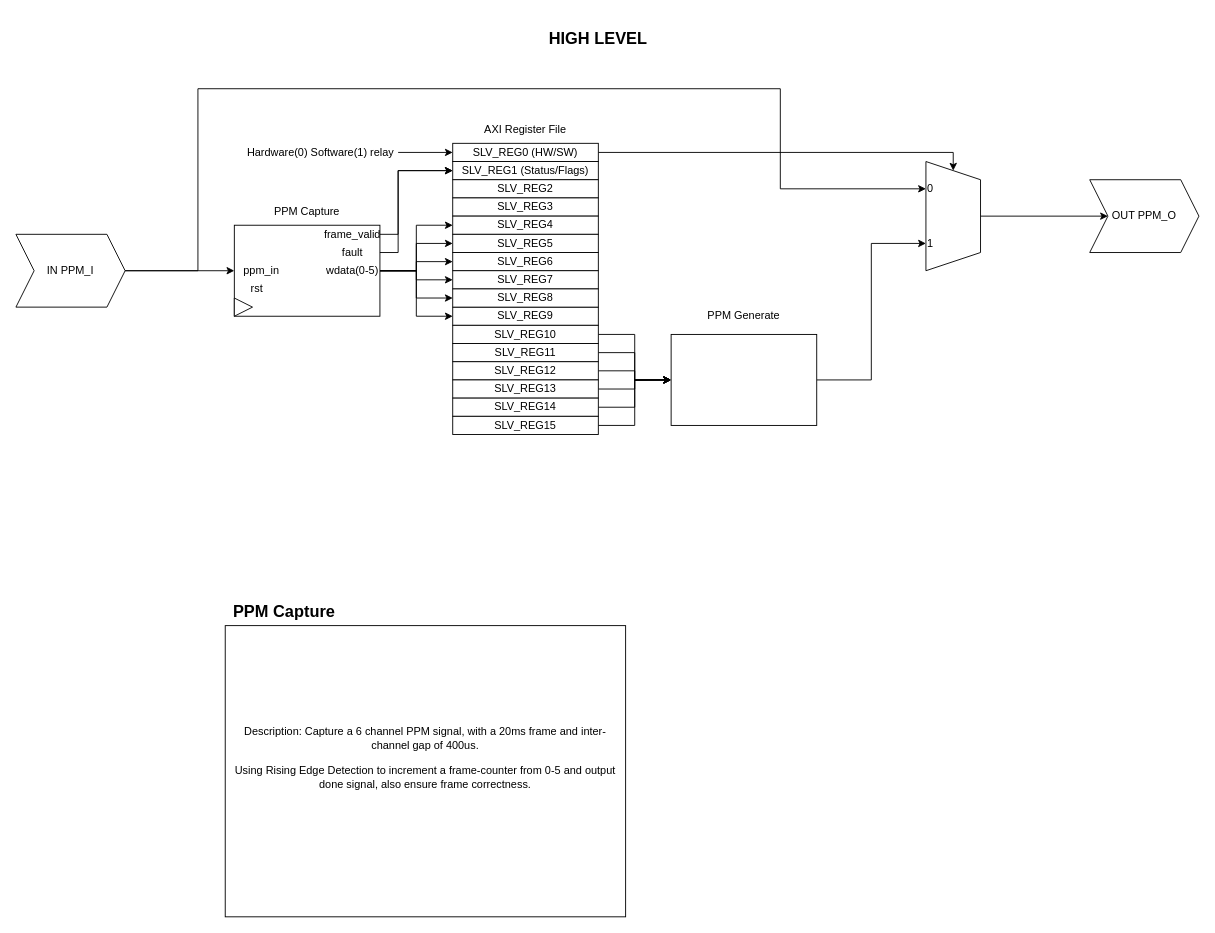
This is Labs/MP-1/MP1_Schematic.drawio from Podfighter/CPRE_4880, a draw.io file, before an edit. Source tidied: cells renumbered, new cells numbered last; positions are measured from the earlier drawing's top-left corner, leaving out a move shared by most shapes. Both pictures are drawn from the tidied source at 91%, with x=0, y=0 at pixel (15, 25).
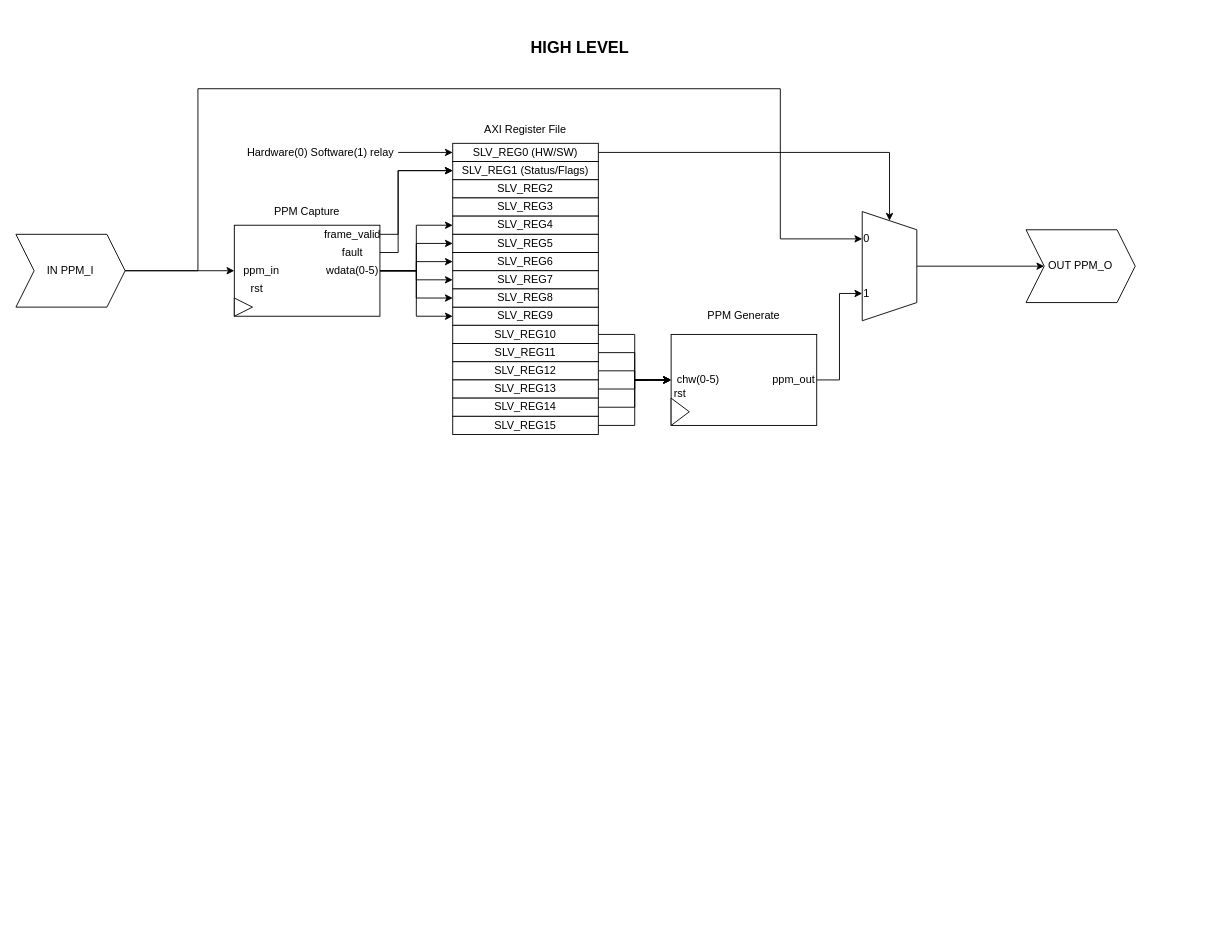
The same page after the edit.

Unchanged cells that the change refers to:
```xml
<mxCell id="16" value="SLV_REG0 (HW/SW)" style="rounded=0;whiteSpace=wrap;html=1;" parent="1" vertex="1">
  <mxGeometry x="480" y="130" width="160" height="20" as="geometry" />
</mxCell>
<mxCell id="42" value="IN PPM_I" style="shape=step;perimeter=stepPerimeter;whiteSpace=wrap;html=1;fixedSize=1;" parent="1" vertex="1">
  <mxGeometry y="230" width="120" height="80" as="geometry" />
</mxCell>
```

What changed in the source:
```diff
@@
     <mxCell id="15" style="edgeStyle=orthogonalEdgeStyle;rounded=0;jettySize=auto;html=1;entryX=0;entryY=0.5;entryDx=0;entryDy=0;" parent="1" edge="1" source="16" target="39">
       <mxGeometry relative="1" as="geometry">
         <Array as="points">
-          <mxPoint x="1030" y="140" />
+          <mxPoint x="960" y="140" />
         </Array>
       </mxGeometry>
     </mxCell>
@@
     <mxCell id="39" style="shape=trapezoid;perimeter=trapezoidPerimeter;whiteSpace=wrap;html=1;fixedSize=1;rotation=90;" parent="1" vertex="1">
-      <mxGeometry x="970" y="180" width="120" height="60" as="geometry" />
+      <mxGeometry x="900" y="235" width="120" height="60" as="geometry" />
     </mxCell>
@@
     <mxCell id="41" style="edgeStyle=orthogonalEdgeStyle;rounded=0;jettySize=auto;html=1;entryX=0.25;entryY=1;entryDx=0;entryDy=0;" parent="1" edge="1" source="42" target="39">
       <mxGeometry relative="1" as="geometry">
         <Array as="points">
           <mxPoint x="200" y="270" />
           <mxPoint x="200" y="70" />
           <mxPoint x="840" y="70" />
-          <mxPoint x="840" y="180" />
+          <mxPoint x="840" y="235" />
         </Array>
       </mxGeometry>
     </mxCell>
@@
     <mxCell id="43" value="OUT PPM_O" style="shape=step;perimeter=stepPerimeter;whiteSpace=wrap;html=1;fixedSize=1;" parent="1" vertex="1">
-      <mxGeometry x="1180" y="170" width="120" height="80" as="geometry" />
+      <mxGeometry x="1110" y="225" width="120" height="80" as="geometry" />
     </mxCell>
     <mxCell id="44" value="&lt;h2&gt;HIGH LEVEL&lt;/h2&gt;" style="text;html=1;whiteSpace=wrap;strokeColor=none;fillColor=none;align=center;verticalAlign=middle;rounded=0;" parent="1" vertex="1">
-      <mxGeometry x="540" width="200" height="30" as="geometry" />
+      <mxGeometry x="520" y="10" width="200" height="30" as="geometry" />
     </mxCell>
-    <mxCell id="45" value="&lt;div&gt;Description: Capture a 6 channel PPM signal, with a 20ms frame and inter-channel gap of 400us.&lt;/div&gt;&lt;div&gt;&lt;br&gt;&lt;/div&gt;&lt;div&gt;Using Rising Edge Detection to increment a frame-counter from 0-5 and output done signal, also ensure frame correctness.&lt;/div&gt;&lt;div&gt;&lt;br&gt;&lt;/div&gt;&lt;div&gt;&lt;br&gt;&lt;/div&gt;" style="whiteSpace=wrap;html=1;" parent="1" vertex="1">
-      <mxGeometry x="230" y="660" width="440" height="320" as="geometry" />
-    </mxCell>
-    <mxCell id="46" value="&lt;h2&gt;PPM Capture&lt;/h2&gt;" style="text;html=1;whiteSpace=wrap;strokeColor=none;fillColor=none;align=center;verticalAlign=middle;rounded=0;" parent="1" vertex="1">
-      <mxGeometry x="230" y="630" width="130" height="30" as="geometry" />
-    </mxCell>
@@
     <mxCell id="56" value="0" style="text;html=1;whiteSpace=wrap;strokeColor=none;fillColor=none;align=center;verticalAlign=middle;rounded=0;" parent="1" vertex="1">
-      <mxGeometry x="1000" y="170" width="10" height="20" as="geometry" />
+      <mxGeometry x="930" y="225" width="10" height="20" as="geometry" />
     </mxCell>
     <mxCell id="57" value="1" style="text;html=1;whiteSpace=wrap;strokeColor=none;fillColor=none;align=center;verticalAlign=middle;rounded=0;" parent="1" vertex="1">
-      <mxGeometry x="1000" y="230" width="10" height="20" as="geometry" />
+      <mxGeometry x="930" y="285" width="10" height="20" as="geometry" />
     </mxCell>
+    <mxCell id="58" value="chw(0-5)" style="text;html=1;whiteSpace=wrap;strokeColor=none;fillColor=none;align=center;verticalAlign=middle;rounded=0;" parent="1" vertex="1">
+      <mxGeometry x="720" y="382.5" width="60" height="15" as="geometry" />
+    </mxCell>
+    <mxCell id="59" value="ppm_out" style="text;html=1;whiteSpace=wrap;strokeColor=none;fillColor=none;align=center;verticalAlign=middle;rounded=0;" parent="1" vertex="1">
+      <mxGeometry x="830" y="382.5" width="50" height="15" as="geometry" />
+    </mxCell>
+    <mxCell id="60" style="triangle;whiteSpace=wrap;html=1;" parent="1" vertex="1">
+      <mxGeometry x="720" y="410" width="20" height="30" as="geometry" />
+    </mxCell>
+    <mxCell id="61" value="rst" style="text;html=1;whiteSpace=wrap;strokeColor=none;fillColor=none;align=center;verticalAlign=middle;rounded=0;" parent="1" vertex="1">
+      <mxGeometry x="720" y="400" width="20" height="10" as="geometry" />
+    </mxCell>
```
